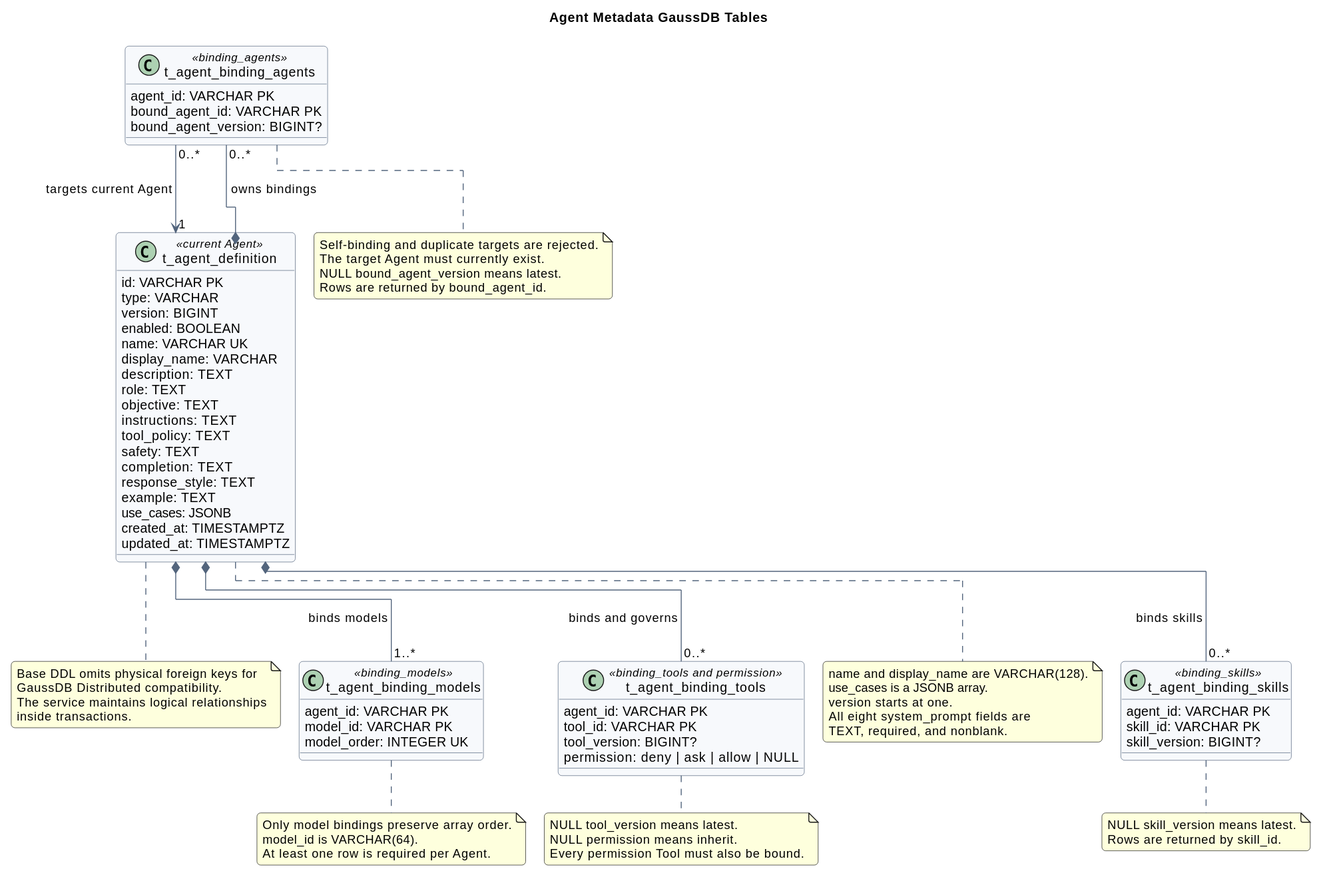
Earlier version of the PlantUML export agent-metadata-gaussdb-design/agent_metadata_gaussdb_model.svg (superheromeZzh/pi-mono-java-design).
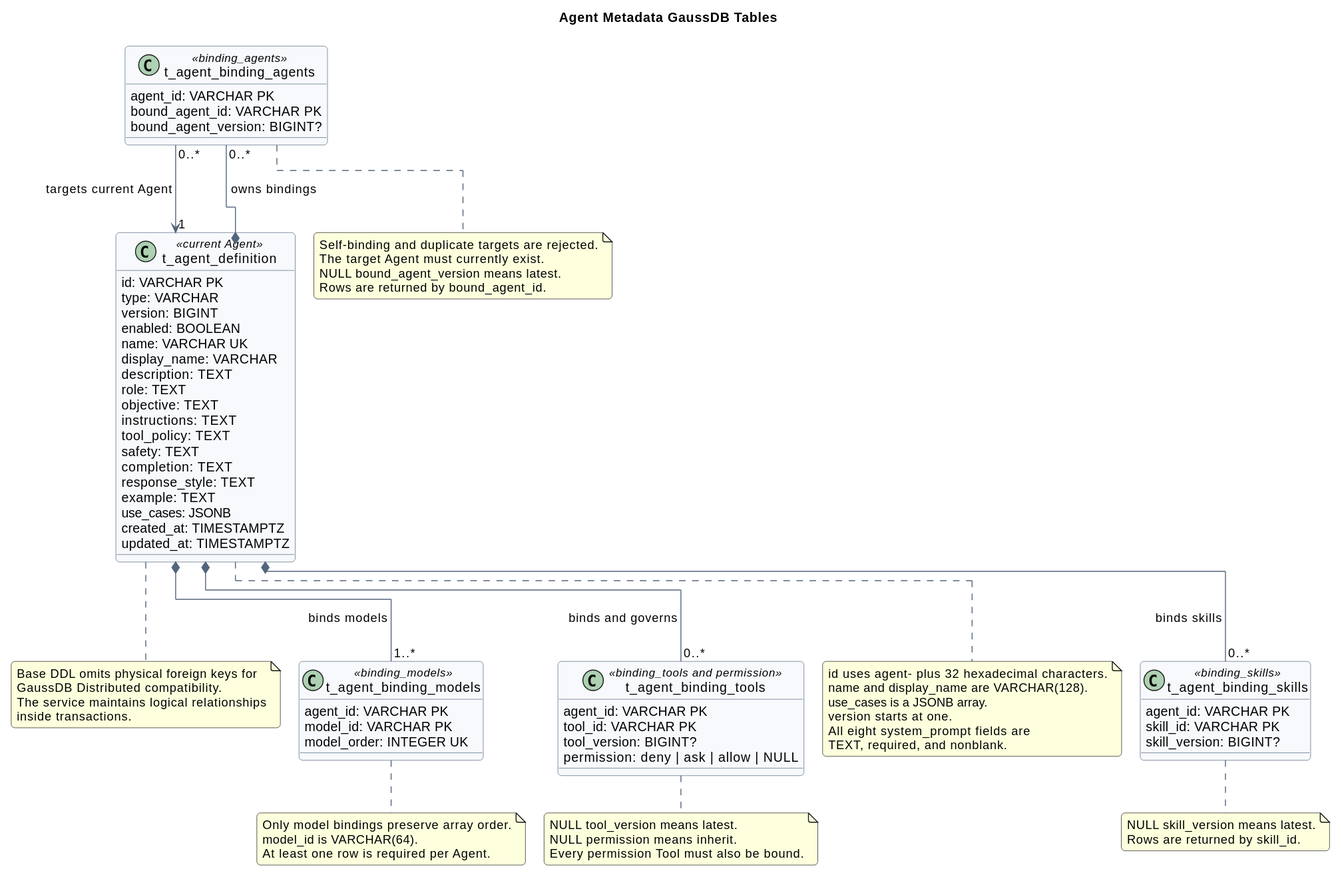
The same file after the commit.

Commit message:
docs(agent): define agent identifier format

What changed in the source:
```diff
@@ -67,6 +67,7 @@
 t_agent_binding_agents "0..*" --> "1" t_agent_definition : targets current Agent
 
 note right of t_agent_definition
+id uses agent- plus 32 hexadecimal characters.
 name and display_name are VARCHAR(128).
 use_cases is a JSONB array.
 version starts at one.
```
